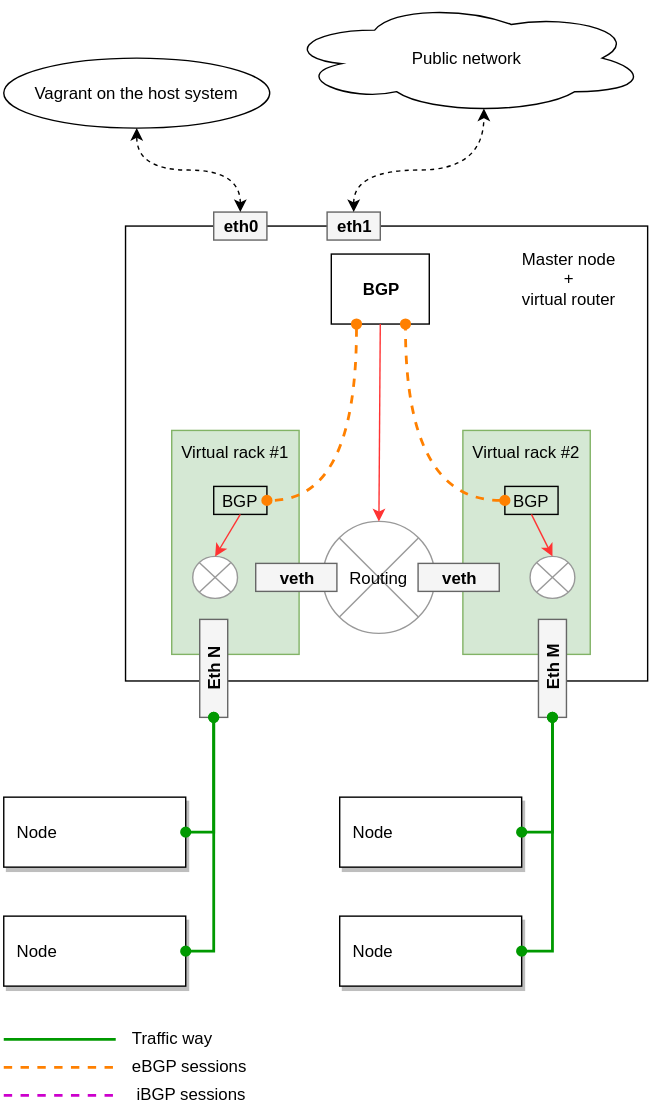
Before: img/VENV_multirack.svg, a diagram exported from draw.io (xenolog/vagrant-multirack). Source tidied: cells renumbered, new cells last; positions are measured from the earlier drawing's top-left corner, leaving out a move shared by most shapes.
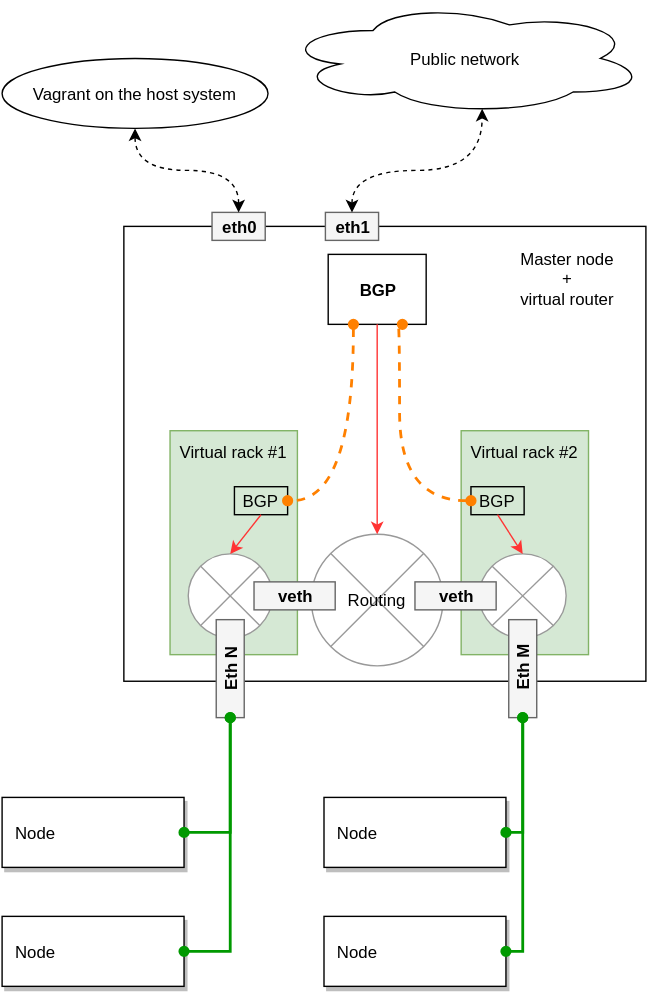
Above is the later version.

Change to the diagram source:
```diff
@@ -15,50 +15,11 @@
       <mxGeometry y="653" width="130" height="50" as="geometry" />
     </mxCell>
     <mxCell id="6" value="&amp;nbsp; Node" style="whiteSpace=wrap;html=1;shadow=1;align=left;" parent="1" vertex="1">
-      <mxGeometry x="240" y="653" width="130" height="50" as="geometry" />
+      <mxGeometry x="230" y="653" width="130" height="50" as="geometry" />
     </mxCell>
     <mxCell id="7" value="&amp;nbsp; Node" style="whiteSpace=wrap;html=1;shadow=1;align=left;" parent="1" vertex="1">
-      <mxGeometry x="240" y="568" width="130" height="50" as="geometry" />
+      <mxGeometry x="230" y="568" width="130" height="50" as="geometry" />
     </mxCell>
-    <mxCell id="8" style="group;" parent="1" vertex="1">
-      <mxGeometry y="730" width="440" height="60" as="geometry" />
-    </mxCell>
-    <mxCell id="9" style="group;" parent="8" vertex="1">
-      <mxGeometry width="440" height="20" as="geometry" />
-    </mxCell>
-    <mxCell id="10" style="rounded=0;html=1;startArrow=none;startFill=0;endArrow=none;endFill=0;strokeColor=#009900;strokeWidth=2;" parent="9" edge="1">
-      <mxGeometry x="-344" y="135" as="geometry">
-        <mxPoint y="11" as="sourcePoint" />
-        <mxPoint x="80" y="11" as="targetPoint" />
-      </mxGeometry>
-    </mxCell>
-    <mxCell id="11" value="&lt;div style=&quot;text-align: left&quot;&gt;&lt;span&gt;Traffic way&lt;/span&gt;&lt;/div&gt;" style="text;html=1;strokeColor=none;fillColor=none;align=left;verticalAlign=middle;whiteSpace=wrap;" parent="9" vertex="1">
-      <mxGeometry x="90" width="350" height="20" as="geometry" />
-    </mxCell>
-    <mxCell id="12" style="group;" parent="8" vertex="1">
-      <mxGeometry y="20" width="440" height="20" as="geometry" />
-    </mxCell>
-    <mxCell id="13" style="rounded=0;html=1;startArrow=none;startFill=0;endArrow=none;endFill=0;strokeColor=#FF8000;strokeWidth=2;dashed=1;" parent="12" edge="1">
-      <mxGeometry x="-344" y="135" as="geometry">
-        <mxPoint y="11" as="sourcePoint" />
-        <mxPoint x="80" y="11" as="targetPoint" />
-      </mxGeometry>
-    </mxCell>
-    <mxCell id="14" value="&lt;div style=&quot;text-align: left&quot;&gt;&lt;span&gt;eBGP sessions&lt;/span&gt;&lt;/div&gt;" style="text;html=1;strokeColor=none;fillColor=none;align=left;verticalAlign=middle;whiteSpace=wrap;" parent="12" vertex="1">
-      <mxGeometry x="90" width="350" height="20" as="geometry" />
-    </mxCell>
-    <mxCell id="15" style="group;" parent="8" vertex="1">
-      <mxGeometry y="40" width="440" height="20" as="geometry" />
-    </mxCell>
-    <mxCell id="16" style="rounded=0;html=1;startArrow=none;startFill=0;endArrow=none;endFill=0;strokeColor=#CC00CC;strokeWidth=2;dashed=1;" parent="15" edge="1">
-      <mxGeometry x="-344" y="135" as="geometry">
-        <mxPoint y="11" as="sourcePoint" />
-        <mxPoint x="80" y="11" as="targetPoint" />
-      </mxGeometry>
-    </mxCell>
-    <mxCell id="17" value="&lt;div style=&quot;text-align: left&quot;&gt;&lt;span&gt;&amp;nbsp;iBGP sessions&lt;/span&gt;&lt;/div&gt;" style="text;html=1;strokeColor=none;fillColor=none;align=left;verticalAlign=middle;whiteSpace=wrap;" parent="15" vertex="1">
-      <mxGeometry x="90" width="350" height="20" as="geometry" />
-    </mxCell>
     <mxCell id="18" value="&lt;b&gt;eth0&lt;/b&gt;" style="text;html=1;strokeColor=#666666;fillColor=#f5f5f5;align=center;verticalAlign=middle;whiteSpace=wrap;" parent="1" vertex="1">
       <mxGeometry x="150" y="150" width="38" height="20" as="geometry" />
     </mxCell>
@@ -66,7 +27,7 @@
       <mxGeometry x="231" y="150" width="38" height="20" as="geometry" />
     </mxCell>
     <mxCell id="20" value="&lt;div style=&quot;text-align: center&quot;&gt;&lt;span&gt;Routing&lt;/span&gt;&lt;/div&gt;" style="shape=sumEllipse;perimeter=ellipsePerimeter;whiteSpace=wrap;html=1;strokeColor=#999999;align=center;" parent="1" vertex="1">
-      <mxGeometry x="228" y="371" width="80" height="80" as="geometry" />
+      <mxGeometry x="221" y="380" width="94" height="94" as="geometry" />
     </mxCell>
     <mxCell id="21" style="group;" parent="1" vertex="1">
       <mxGeometry x="120" y="306" width="118" height="205" as="geometry" />
@@ -78,16 +39,16 @@
       <mxGeometry width="91" height="30" as="geometry" />
     </mxCell>
     <mxCell id="24" value="BGP" style="text;html=1;strokeColor=#000000;fillColor=none;align=center;verticalAlign=middle;whiteSpace=wrap;" parent="21" vertex="1">
-      <mxGeometry x="30" y="40" width="38" height="20" as="geometry" />
+      <mxGeometry x="46" y="40" width="38" height="20" as="geometry" />
     </mxCell>
     <mxCell id="25" value="&lt;div style=&quot;text-align: center&quot;&gt;&lt;br&gt;&lt;/div&gt;" style="shape=sumEllipse;perimeter=ellipsePerimeter;whiteSpace=wrap;html=1;strokeColor=#999999;align=center;" parent="21" vertex="1">
-      <mxGeometry x="15" y="90" width="32" height="30" as="geometry" />
+      <mxGeometry x="13" y="88" width="60" height="60" as="geometry" />
     </mxCell>
     <mxCell id="26" value="&lt;div style=&quot;text-align: center&quot;&gt;&lt;b&gt;veth&lt;/b&gt;&lt;/div&gt;" style="text;html=1;strokeColor=#666666;fillColor=#f5f5f5;align=center;verticalAlign=middle;whiteSpace=wrap;horizontal=1;" parent="21" vertex="1">
-      <mxGeometry x="60" y="95" width="58" height="20" as="geometry" />
+      <mxGeometry x="60" y="108" width="58" height="20" as="geometry" />
     </mxCell>
     <mxCell id="27" value="&lt;b&gt;Eth N&lt;/b&gt;" style="text;html=1;strokeColor=#666666;fillColor=#f5f5f5;align=center;verticalAlign=middle;whiteSpace=wrap;spacingLeft=4;spacingRight=4;horizontal=0;" parent="21" vertex="1">
-      <mxGeometry x="20" y="135" width="20" height="70" as="geometry" />
+      <mxGeometry x="33" y="135" width="20" height="70" as="geometry" />
     </mxCell>
     <mxCell id="28" style="endArrow=classic;html=1;strokeColor=#FF3333;strokeWidth=1;exitX=0.5;exitY=1;entryX=0.5;entryY=0;" parent="21" edge="1" source="24" target="25">
       <mxGeometry x="-120" y="-226" as="geometry" />
@@ -102,22 +63,22 @@
       <mxGeometry x="32" width="91" height="30" as="geometry" />
     </mxCell>
     <mxCell id="32" value="BGP" style="text;html=1;strokeColor=#000000;fillColor=none;align=center;verticalAlign=middle;whiteSpace=wrap;" parent="29" vertex="1">
-      <mxGeometry x="62" y="40" width="38" height="20" as="geometry" />
+      <mxGeometry x="39" y="40" width="38" height="20" as="geometry" />
     </mxCell>
     <mxCell id="33" value="&lt;div style=&quot;text-align: center&quot;&gt;&lt;br&gt;&lt;/div&gt;" style="shape=sumEllipse;perimeter=ellipsePerimeter;whiteSpace=wrap;html=1;strokeColor=#999999;align=center;" parent="29" vertex="1">
-      <mxGeometry x="80" y="90" width="32" height="30" as="geometry" />
+      <mxGeometry x="45" y="88" width="62" height="60" as="geometry" />
     </mxCell>
     <mxCell id="34" value="&lt;div style=&quot;text-align: center&quot;&gt;&lt;b&gt;veth&lt;/b&gt;&lt;/div&gt;" style="text;html=1;strokeColor=#666666;fillColor=#f5f5f5;align=center;verticalAlign=middle;whiteSpace=wrap;horizontal=1;" parent="29" vertex="1">
-      <mxGeometry y="95" width="58" height="20" as="geometry" />
+      <mxGeometry x="-1" y="108" width="58" height="20" as="geometry" />
     </mxCell>
     <mxCell id="35" value="&lt;b&gt;Eth M&lt;/b&gt;" style="text;html=1;strokeColor=#666666;fillColor=#f5f5f5;align=center;verticalAlign=middle;whiteSpace=wrap;spacingLeft=4;spacingRight=4;horizontal=0;" parent="29" vertex="1">
-      <mxGeometry x="86" y="135" width="20" height="70" as="geometry" />
+      <mxGeometry x="66" y="135" width="20" height="70" as="geometry" />
     </mxCell>
     <mxCell id="36" style="endArrow=classic;html=1;strokeColor=#FF3333;strokeWidth=1;entryX=0.5;entryY=0;exitX=0.5;exitY=1;" parent="29" edge="1" source="32" target="33">
       <mxGeometry relative="1" as="geometry" />
     </mxCell>
     <mxCell id="37" value="&lt;b&gt;BGP&lt;/b&gt;" style="text;html=1;strokeColor=#000000;fillColor=none;align=center;verticalAlign=middle;whiteSpace=wrap;" parent="1" vertex="1">
-      <mxGeometry x="234" y="180" width="70" height="50" as="geometry" />
+      <mxGeometry x="233" y="180" width="70" height="50" as="geometry" />
     </mxCell>
     <mxCell id="38" style="rounded=0;html=1;exitX=0.25;exitY=1;startArrow=oval;startFill=1;endArrow=oval;endFill=1;strokeColor=#FF8000;strokeWidth=2;dashed=1;edgeStyle=orthogonalEdgeStyle;curved=1;entryX=1;entryY=0.5;" parent="1" edge="1" source="37" target="24">
       <mxGeometry x="553" y="723" as="geometry" />
@@ -125,7 +86,7 @@
     <mxCell id="39" style="rounded=0;html=1;exitX=0;exitY=0.5;startArrow=oval;startFill=1;endArrow=oval;endFill=1;strokeColor=#FF8000;strokeWidth=2;dashed=1;edgeStyle=orthogonalEdgeStyle;curved=1;entryX=0.75;entryY=1;" parent="1" edge="1" source="32" target="37">
       <mxGeometry x="543" y="713" as="geometry">
         <Array as="points">
-          <mxPoint x="287" y="356" />
+          <mxPoint x="284" y="356" />
         </Array>
       </mxGeometry>
     </mxCell>
@@ -143,28 +104,28 @@
     <mxCell id="42" style="edgeStyle=elbowEdgeStyle;rounded=0;html=1;startArrow=oval;startFill=1;endArrow=oval;endFill=1;strokeColor=#009900;strokeWidth=2;exitX=1;exitY=0.5;entryX=0.5;entryY=1;" parent="1" edge="1" source="4" target="27">
       <mxGeometry x="560" y="720" as="geometry">
         <Array as="points">
-          <mxPoint x="150" y="560" />
+          <mxPoint x="163" y="550" />
         </Array>
       </mxGeometry>
     </mxCell>
     <mxCell id="43" style="edgeStyle=elbowEdgeStyle;rounded=0;html=1;startArrow=oval;startFill=1;endArrow=oval;endFill=1;strokeColor=#009900;strokeWidth=2;exitX=1;exitY=0.5;entryX=0.5;entryY=1;" parent="1" edge="1" source="5" target="27">
       <mxGeometry x="570" y="730" as="geometry">
         <Array as="points">
-          <mxPoint x="150" y="610" />
+          <mxPoint x="163" y="600" />
         </Array>
       </mxGeometry>
     </mxCell>
     <mxCell id="44" style="edgeStyle=elbowEdgeStyle;rounded=0;html=1;startArrow=oval;startFill=1;endArrow=oval;endFill=1;strokeColor=#009900;strokeWidth=2;exitX=1;exitY=0.5;entryX=0.5;entryY=1;" parent="1" edge="1" source="7" target="35">
       <mxGeometry x="810" y="740" as="geometry">
         <Array as="points">
-          <mxPoint x="392" y="593" />
+          <mxPoint x="372" y="550" />
         </Array>
       </mxGeometry>
     </mxCell>
     <mxCell id="45" style="edgeStyle=elbowEdgeStyle;rounded=0;html=1;startArrow=oval;startFill=1;endArrow=oval;endFill=1;strokeColor=#009900;strokeWidth=2;exitX=1;exitY=0.5;entryX=0.5;entryY=1;" parent="1" edge="1" source="6" target="35">
       <mxGeometry x="876" y="764" as="geometry">
         <Array as="points">
-          <mxPoint x="392" y="620" />
+          <mxPoint x="372" y="600" />
         </Array>
       </mxGeometry>
     </mxCell>
```
